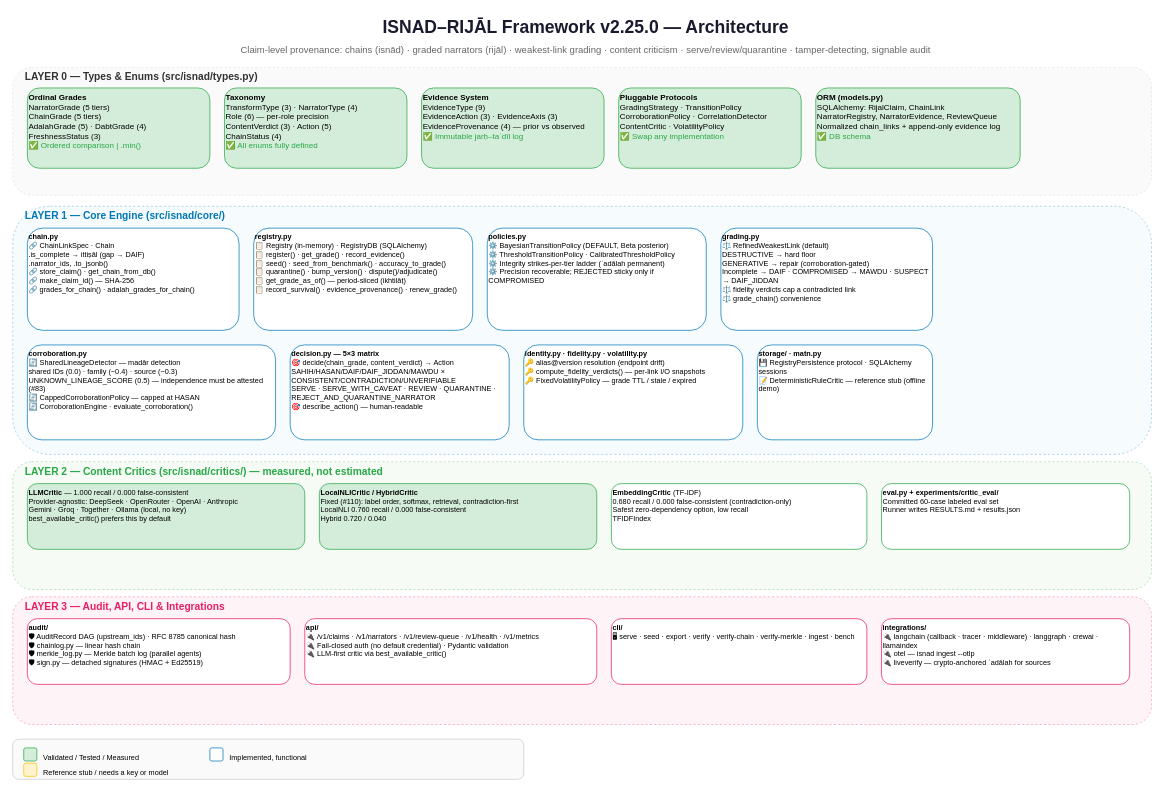
This is page "1. System Architecture" (1 of 3) of docs/ARCHITECTURE.drawio from alizahidraja/isnad, a draw.io file, before an edit. Source tidied: cells renumbered, new cells numbered last; positions are measured from the earlier drawing's top-left corner, leaving out a move shared by most shapes. Both pictures are drawn from the tidied source at 73%, with x=0, y=0 at pixel (12, 12).
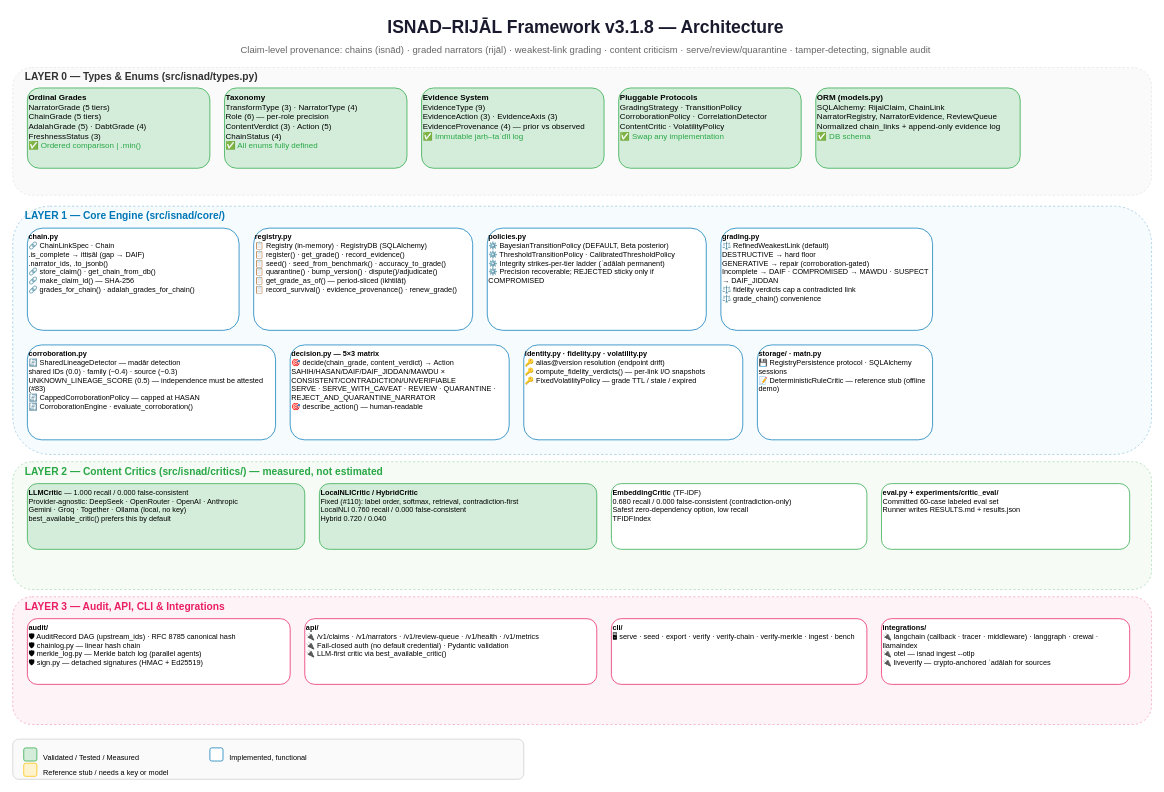
The same page after the edit.

Diff of the diagram source:
```diff
@@
-    <mxCell id="2" value="ISNAD–RIJĀL Framework v2.25.0 — Architecture" style="text;html=1;strokeColor=none;fillColor=none;align=center;verticalAlign=middle;whiteSpace=wrap;rounded=0;fontSize=24;fontStyle=1;fontColor=#1a1a2e;" parent="1" vertex="1">
+    <mxCell id="2" value="ISNAD–RIJĀL Framework v3.1.8 — Architecture" style="text;html=1;strokeColor=none;fillColor=none;align=center;verticalAlign=middle;whiteSpace=wrap;rounded=0;fontSize=24;fontStyle=1;fontColor=#1a1a2e;" parent="1" vertex="1">
       <mxGeometry x="310" width="950" height="40" as="geometry" />
     </mxCell>
```
